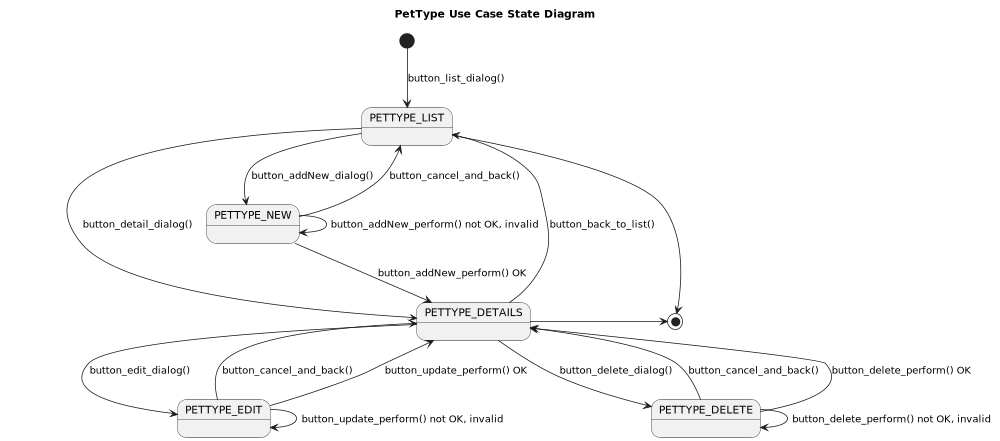
This is uml/owner/concept/PetType__UseCase_State-PetType_Use_Case_State_Diagram.png from Jakarta-EE-Petclinic/petclinic-uml, a PlantUML export, as it was before one commit.
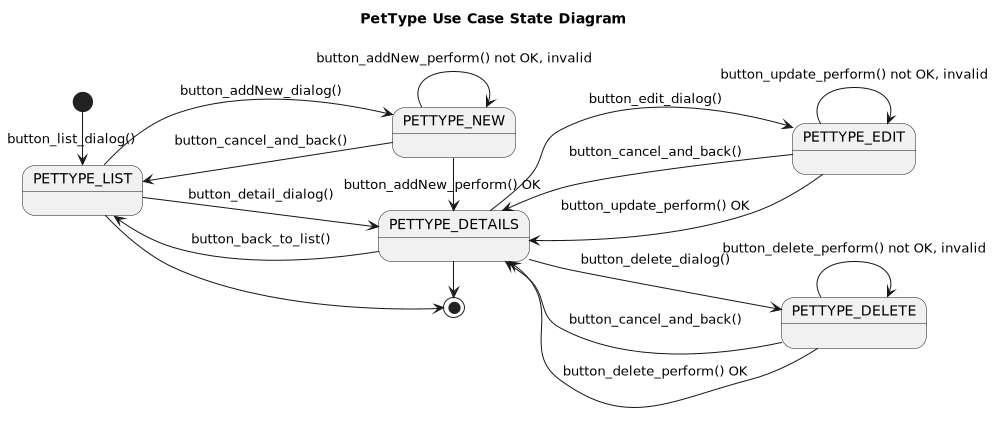
Above is the later version.

What changed in the source:
```diff
@@ -3,18 +3,18 @@
 title PetType Use Case State Diagram
 
 
-top to bottom direction
+left to right direction
 
 scale 1000 width
 
-[*] --> PETTYPE_LIST: button_list_dialog()
+[*] -> PETTYPE_LIST: button_list_dialog()
 
 PETTYPE_LIST --> PETTYPE_NEW : button_addNew_dialog()
 PETTYPE_NEW --> PETTYPE_LIST: button_cancel_and_back()
 state PETTYPE_NEW {
     PETTYPE_NEW --> PETTYPE_NEW : button_addNew_perform() not OK, invalid
 }
-PETTYPE_NEW --> PETTYPE_DETAILS: button_addNew_perform() OK
+PETTYPE_NEW -> PETTYPE_DETAILS: button_addNew_perform() OK
 
 PETTYPE_LIST --> PETTYPE_DETAILS: button_detail_dialog()
 PETTYPE_DETAILS --> PETTYPE_LIST : button_back_to_list()
```
